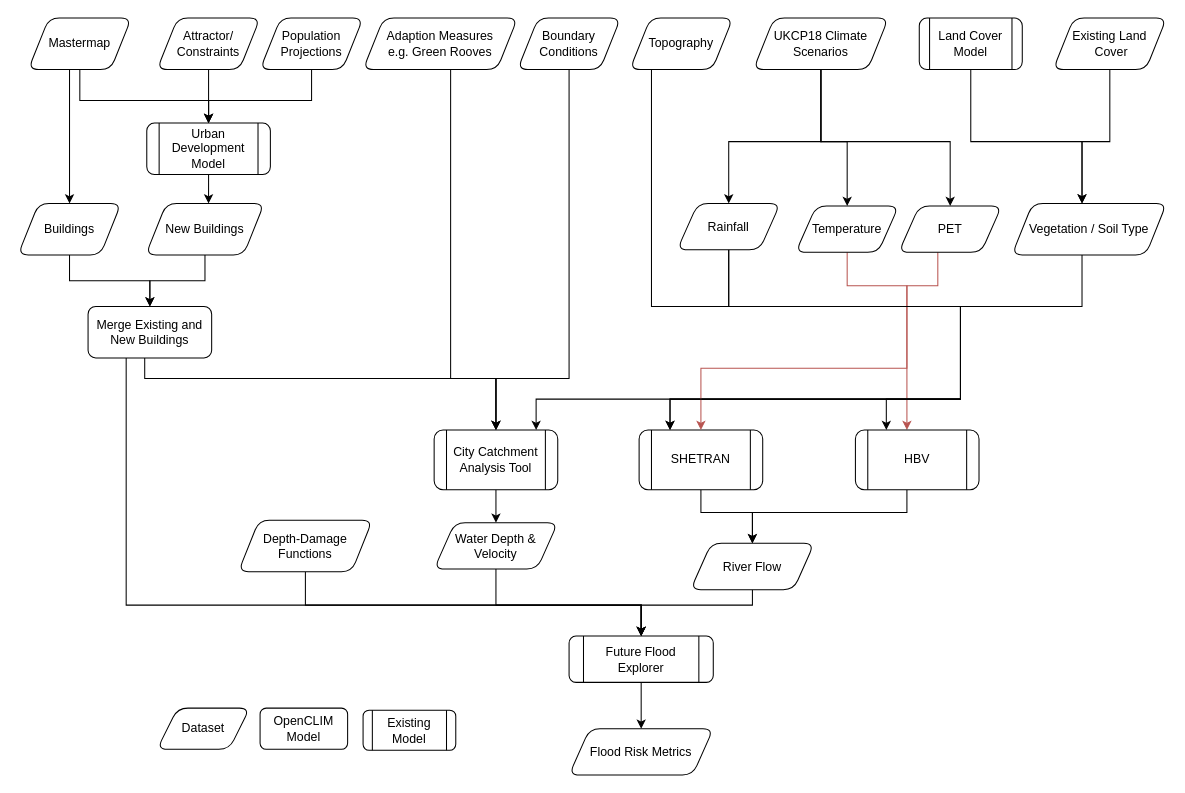
This is flood/openclim-flood-workflow.drawio from OpenCLIM/workflow-diagrams, a draw.io file, before an edit. Source tidied: cells renumbered, new cells numbered last; positions are measured from the earlier drawing's top-left corner, leaving out a move shared by most shapes. Both pictures are drawn from the tidied source at 103%, with x=0, y=0 at pixel (18, 18).
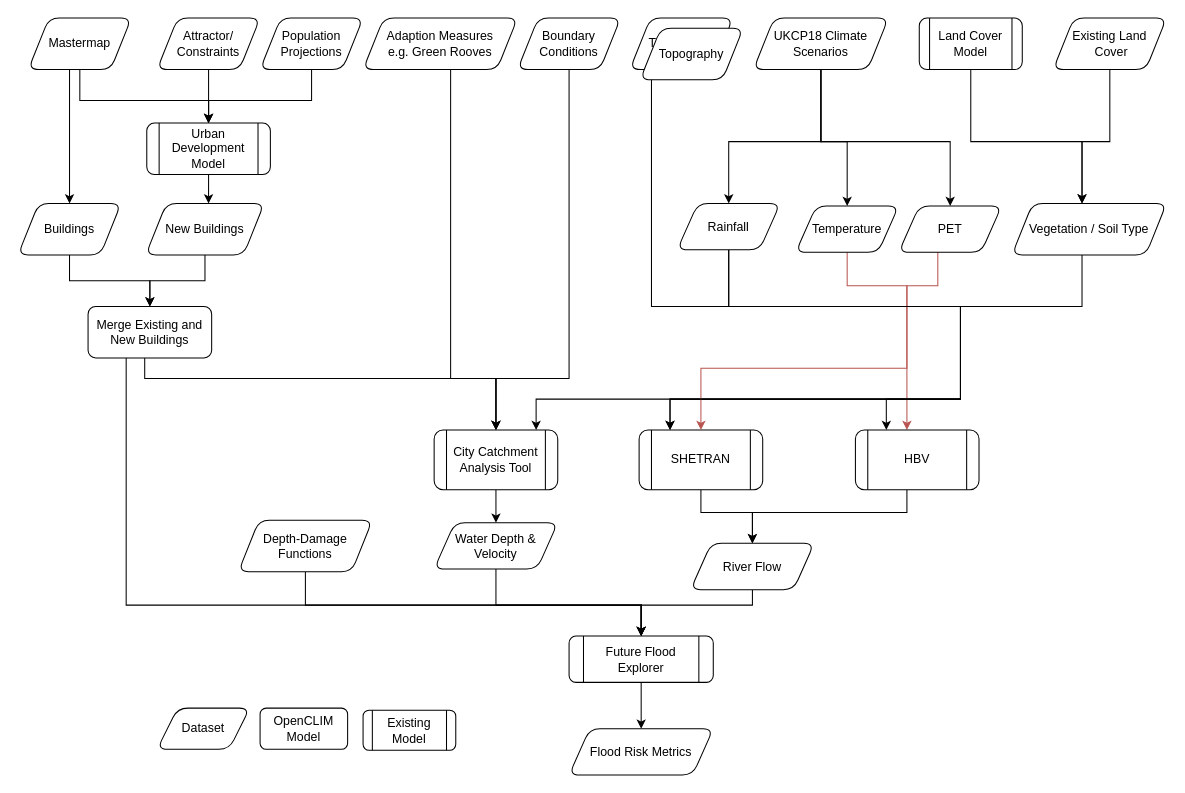
Above is the later version.

What changed in the source:
```diff
@@
+    <mxCell id="59" value="Topography" style="shape=parallelogram;perimeter=parallelogramPerimeter;whiteSpace=wrap;html=1;fixedSize=1;rounded=1;" parent="1" vertex="1">
+      <mxGeometry x="604" y="10" width="100" height="50" as="geometry" />
+    </mxCell>
```
